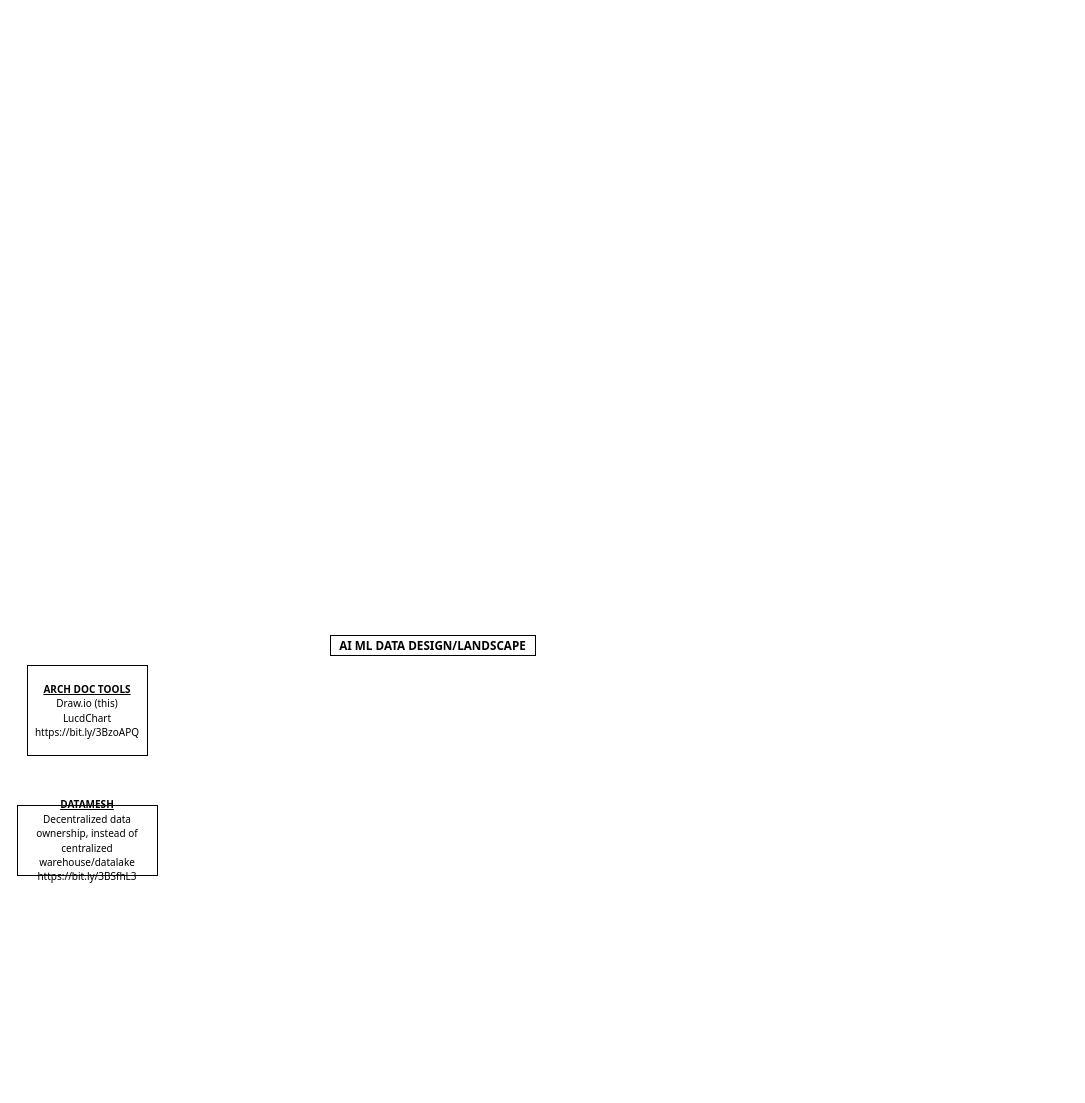
Shiva-Mantri/AI-Resources keeps this draw.io diagram as page "Tools, Flow" (1 of 2) of AIML-Data-Landscape.drawio. Above is the earlier version. Source tidied: cells renumbered, new cells numbered last; positions are measured from the earlier drawing's top-left corner, leaving out a move shared by most shapes. Both pictures are drawn from the tidied source at 100%, with x=0, y=0 at pixel (17, 635).
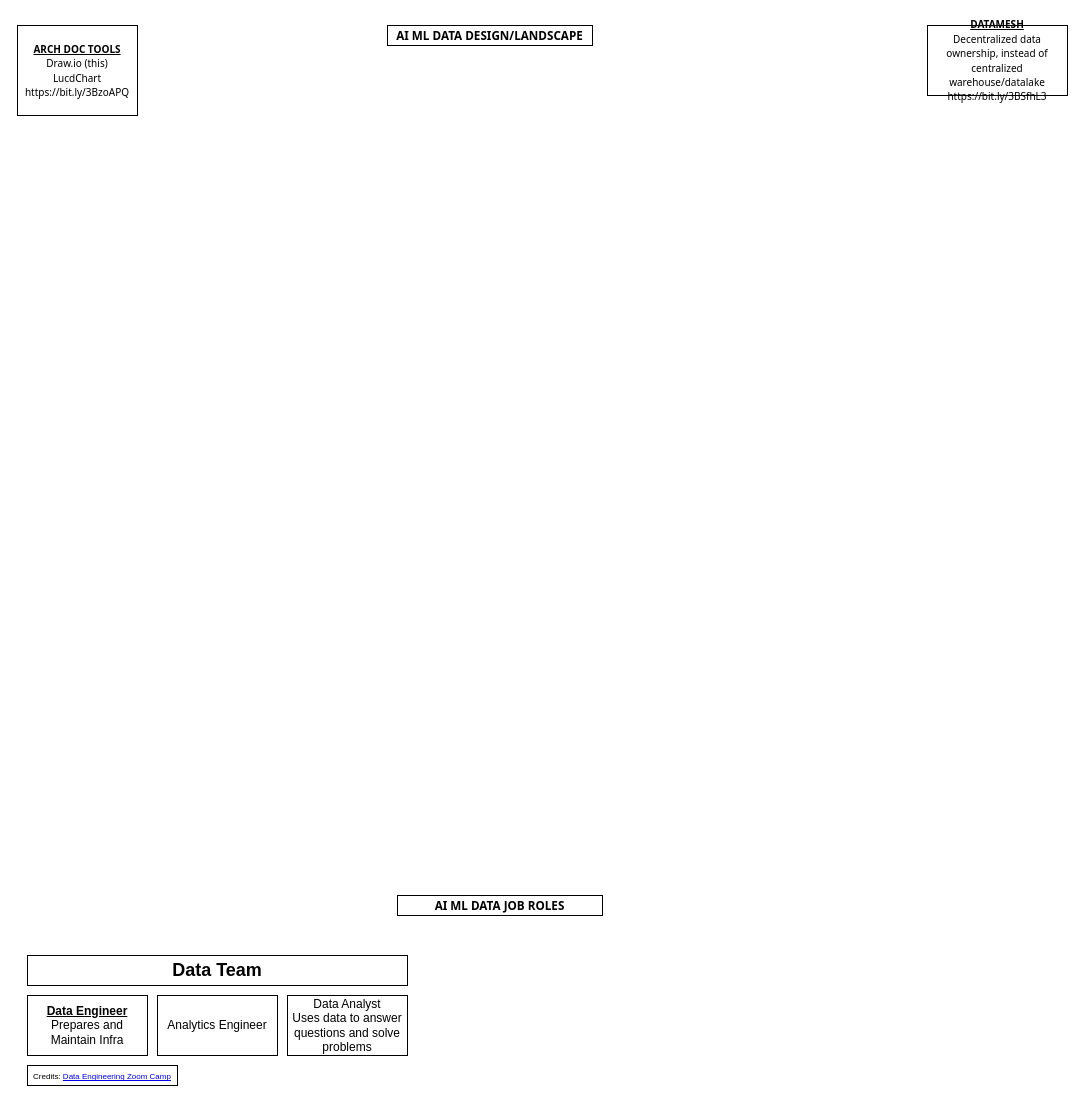
The same page after the edit.

What changed in the source:
```diff
@@
 <mxGraphModel>
   <root>
     <mxCell id="0" />
     <mxCell id="1" parent="0" />
     <mxCell id="2" value="&lt;font style=&quot;font-size: 10px&quot;&gt;&lt;font face=&quot;Tahoma&quot;&gt;&lt;b&gt;&lt;u&gt;ARCH DOC TOOLS&lt;/u&gt;&lt;/b&gt;&lt;br&gt;&lt;/font&gt;&lt;span style=&quot;font-family: &amp;#34;tahoma&amp;#34;&quot;&gt;Draw.io (this)&lt;/span&gt;&lt;br&gt;&lt;span style=&quot;font-family: &amp;#34;tahoma&amp;#34;&quot;&gt;LucdChart&lt;/span&gt;&lt;br&gt;&lt;span style=&quot;font-family: &amp;#34;tahoma&amp;#34;&quot;&gt;https://bit.ly/3BzoAPQ&lt;/span&gt;&lt;/font&gt;" style="rounded=0;whiteSpace=wrap;html=1;" parent="1" vertex="1">
-      <mxGeometry x="10" y="30" width="120" height="90" as="geometry" />
+      <mxGeometry y="-610" width="120" height="90" as="geometry" />
     </mxCell>
     <mxCell id="3" value="&lt;h3&gt;&lt;b&gt;AI ML DATA DESIGN/LANDSCAPE&lt;/b&gt;&lt;/h3&gt;" style="rounded=0;whiteSpace=wrap;html=1;fontFamily=Tahoma;fontSize=10;" parent="1" vertex="1">
-      <mxGeometry x="313" width="205" height="20" as="geometry" />
+      <mxGeometry x="370" y="-610" width="205" height="20" as="geometry" />
     </mxCell>
     <mxCell id="4" value="&lt;font face=&quot;Tahoma&quot; style=&quot;font-size: 10px&quot;&gt;&lt;b&gt;&lt;u&gt;DATAMESH&lt;/u&gt;&lt;/b&gt;&lt;br&gt;&lt;font&gt;Decentralized data ownership, instead of centralized warehouse/datalake&lt;br&gt;https://bit.ly/3BSfhL3&lt;/font&gt;&lt;/font&gt;" style="rounded=0;whiteSpace=wrap;html=1;" parent="1" vertex="1">
-      <mxGeometry y="170" width="140" height="70" as="geometry" />
+      <mxGeometry x="910" y="-610" width="140" height="70" as="geometry" />
     </mxCell>
+    <mxCell id="5" value="&lt;b&gt;&lt;u&gt;Data Engineer&lt;/u&gt;&lt;/b&gt;&lt;br&gt;Prepares and Maintain Infra" style="rounded=0;whiteSpace=wrap;html=1;" parent="1" vertex="1">
+      <mxGeometry x="10" y="360" width="120" height="60" as="geometry" />
+    </mxCell>
+    <mxCell id="6" value="Data Analyst&lt;br&gt;Uses data to answer questions and solve problems" style="rounded=0;whiteSpace=wrap;html=1;" parent="1" vertex="1">
+      <mxGeometry x="270" y="360" width="120" height="60" as="geometry" />
+    </mxCell>
+    <mxCell id="7" value="Analytics Engineer" style="rounded=0;whiteSpace=wrap;html=1;" parent="1" vertex="1">
+      <mxGeometry x="140" y="360" width="120" height="60" as="geometry" />
+    </mxCell>
+    <mxCell id="8" value="&lt;h2&gt;Data Team&lt;/h2&gt;" style="rounded=0;whiteSpace=wrap;html=1;" parent="1" vertex="1">
+      <mxGeometry x="10" y="320" width="380" height="30" as="geometry" />
+    </mxCell>
+    <mxCell id="9" value="&lt;font style=&quot;font-size: 8px&quot;&gt;Credits: &lt;a href=&quot;https://bit.ly/3oXoSuL&quot;&gt;Data Engineering Zoom Camp&lt;/a&gt;&lt;/font&gt;" style="rounded=0;whiteSpace=wrap;html=1;" parent="1" vertex="1">
+      <mxGeometry x="10" y="430" width="150" height="20" as="geometry" />
+    </mxCell>
+    <mxCell id="10" value="&lt;h3&gt;&lt;b&gt;AI ML DATA JOB ROLES&lt;/b&gt;&lt;/h3&gt;" style="rounded=0;whiteSpace=wrap;html=1;fontFamily=Tahoma;fontSize=10;" parent="1" vertex="1">
+      <mxGeometry x="380" y="260" width="205" height="20" as="geometry" />
+    </mxCell>
   </root>
 </mxGraphModel>
```
